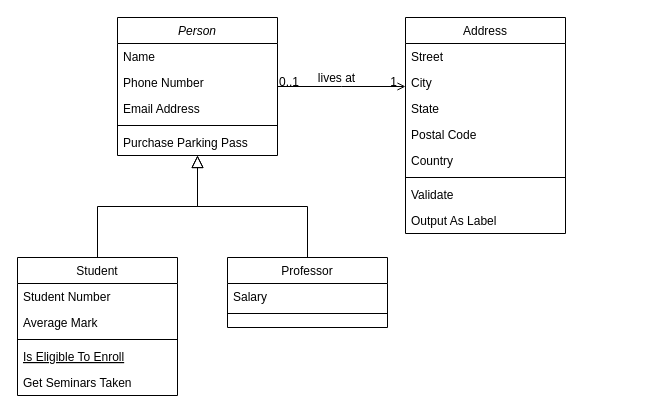
The draw.io diagram Source/U05_Action/제목 없는 다이어그램.drawio in AshYoon/0805UE4project, before the edit. Source tidied: cells renumbered, new cells numbered last; positions are measured from the earlier drawing's top-left corner, leaving out a move shared by most shapes. Both pictures are drawn from the tidied source at 100%, with x=0, y=0 at pixel (17, 17).
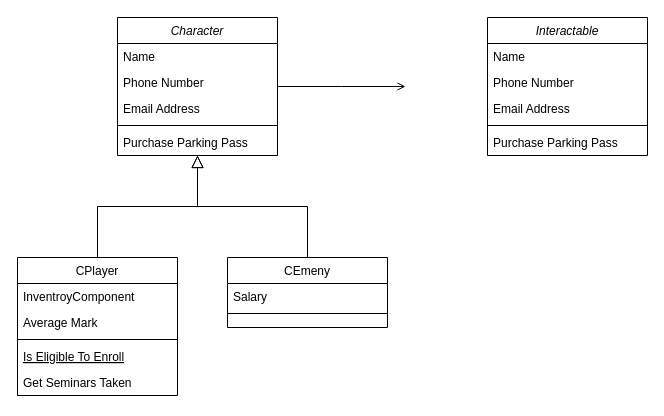
The same diagram, later.

Commit message:
Unreal Engine portfolio

Change to the diagram source:
```diff
@@
-    <mxCell id="2" value="Person" style="swimlane;fontStyle=2;align=center;verticalAlign=top;horizontal=1;startSize=26;rounded=0;shadow=0;strokeWidth=1;" parent="1" vertex="1">
+    <mxCell id="2" value="Character" style="swimlane;fontStyle=2;align=center;verticalAlign=top;horizontal=1;startSize=26;rounded=0;shadow=0;strokeWidth=1;" parent="1" vertex="1">
       <mxGeometry x="100" width="160" height="138" as="geometry" />
     </mxCell>
@@
-    <mxCell id="8" value="Student" style="swimlane;fontStyle=0;align=center;verticalAlign=top;horizontal=1;startSize=26;rounded=0;shadow=0;strokeWidth=1;" parent="1" vertex="1">
+    <mxCell id="8" value="CPlayer" style="swimlane;fontStyle=0;align=center;verticalAlign=top;horizontal=1;startSize=26;rounded=0;shadow=0;strokeWidth=1;" parent="1" vertex="1">
       <mxGeometry y="240" width="160" height="138" as="geometry" />
     </mxCell>
-    <mxCell id="9" value="Student Number" style="text;align=left;verticalAlign=top;spacingLeft=4;spacingRight=4;overflow=hidden;" parent="8" vertex="1">
+    <mxCell id="9" value="InventroyComponent" style="text;align=left;verticalAlign=top;spacingLeft=4;spacingRight=4;overflow=hidden;" parent="8" vertex="1">
       <mxGeometry y="26" width="160" height="26" as="geometry" />
     </mxCell>
@@
-    <mxCell id="15" value="Professor" style="swimlane;fontStyle=0;align=center;verticalAlign=top;horizontal=1;startSize=26;rounded=0;shadow=0;strokeWidth=1;" parent="1" vertex="1">
+    <mxCell id="15" value="CEmeny" style="swimlane;fontStyle=0;align=center;verticalAlign=top;horizontal=1;startSize=26;rounded=0;shadow=0;strokeWidth=1;" parent="1" vertex="1">
       <mxGeometry x="210" y="240" width="160" height="70" as="geometry" />
     </mxCell>
@@
-    <mxCell id="19" value="Address" style="swimlane;fontStyle=0;align=center;verticalAlign=top;horizontal=1;startSize=26;rounded=0;shadow=0;strokeWidth=1;" parent="1" vertex="1">
-      <mxGeometry x="388" width="160" height="216" as="geometry" />
-    </mxCell>
-    <mxCell id="20" value="Street" style="text;align=left;verticalAlign=top;spacingLeft=4;spacingRight=4;overflow=hidden;" parent="19" vertex="1">
-      <mxGeometry y="26" width="160" height="26" as="geometry" />
-    </mxCell>
-    <mxCell id="21" value="City" style="text;align=left;verticalAlign=top;spacingLeft=4;spacingRight=4;overflow=hidden;rounded=0;shadow=0;html=0;" parent="19" vertex="1">
-      <mxGeometry y="52" width="160" height="26" as="geometry" />
-    </mxCell>
-    <mxCell id="22" value="State" style="text;align=left;verticalAlign=top;spacingLeft=4;spacingRight=4;overflow=hidden;rounded=0;shadow=0;html=0;" parent="19" vertex="1">
-      <mxGeometry y="78" width="160" height="26" as="geometry" />
-    </mxCell>
-    <mxCell id="23" value="Postal Code" style="text;align=left;verticalAlign=top;spacingLeft=4;spacingRight=4;overflow=hidden;rounded=0;shadow=0;html=0;" parent="19" vertex="1">
-      <mxGeometry y="104" width="160" height="26" as="geometry" />
-    </mxCell>
-    <mxCell id="24" value="Country" style="text;align=left;verticalAlign=top;spacingLeft=4;spacingRight=4;overflow=hidden;rounded=0;shadow=0;html=0;" parent="19" vertex="1">
-      <mxGeometry y="130" width="160" height="26" as="geometry" />
-    </mxCell>
-    <mxCell id="25" style="line;html=1;strokeWidth=1;align=left;verticalAlign=middle;spacingTop=-1;spacingLeft=3;spacingRight=3;labelPosition=right;" parent="19" vertex="1">
-      <mxGeometry y="156" width="160" height="8" as="geometry" />
-    </mxCell>
-    <mxCell id="26" value="Validate" style="text;align=left;verticalAlign=top;spacingLeft=4;spacingRight=4;overflow=hidden;" parent="19" vertex="1">
-      <mxGeometry y="164" width="160" height="26" as="geometry" />
-    </mxCell>
-    <mxCell id="27" value="Output As Label" style="text;align=left;verticalAlign=top;spacingLeft=4;spacingRight=4;overflow=hidden;" parent="19" vertex="1">
-      <mxGeometry y="190" width="160" height="26" as="geometry" />
-    </mxCell>
-    <mxCell id="28" style="endArrow=open;shadow=0;strokeWidth=1;rounded=0;endFill=1;edgeStyle=elbowEdgeStyle;elbow=vertical;" parent="1" edge="1" source="2" target="19">
+    <mxCell id="28" style="endArrow=open;shadow=0;strokeWidth=1;rounded=0;endFill=1;edgeStyle=elbowEdgeStyle;elbow=vertical;" parent="1" edge="1" source="2">
       <mxGeometry x="0.5" y="41" relative="1" as="geometry">
+        <mxPoint x="388" y="69" as="targetPoint" />
         <mxPoint x="-40" y="32" as="offset" />
       </mxGeometry>
     </mxCell>
-    <mxCell id="29" value="0..1" style="align=left;verticalAlign=bottom;labelBackgroundColor=none;fontSize=12;" parent="28" vertex="1">
-      <mxGeometry x="-1" relative="1" as="geometry">
-        <mxPoint y="4" as="offset" />
-      </mxGeometry>
-    </mxCell>
-    <mxCell id="30" value="1" style="align=right;verticalAlign=bottom;labelBackgroundColor=none;fontSize=12;" parent="28" vertex="1">
-      <mxGeometry x="1" relative="1" as="geometry">
-        <mxPoint x="-7" y="4" as="offset" />
-      </mxGeometry>
-    </mxCell>
-    <mxCell id="31" value="lives at" style="text;html=1;align=center;verticalAlign=middle;labelBackgroundColor=none;rounded=0;shadow=0;strokeWidth=1;fontSize=12;" parent="28" vertex="1">
-      <mxGeometry x="0.5" y="49" relative="1" as="geometry">
-        <mxPoint x="-38" y="40" as="offset" />
-      </mxGeometry>
-    </mxCell>
+    <mxCell id="32" value="Interactable" style="swimlane;fontStyle=2;align=center;verticalAlign=top;horizontal=1;startSize=26;rounded=0;shadow=0;strokeWidth=1;" parent="1" vertex="1">
+      <mxGeometry x="470" width="160" height="138" as="geometry" />
+    </mxCell>
+    <mxCell id="33" value="Name" style="text;align=left;verticalAlign=top;spacingLeft=4;spacingRight=4;overflow=hidden;" parent="32" vertex="1">
+      <mxGeometry y="26" width="160" height="26" as="geometry" />
+    </mxCell>
+    <mxCell id="34" value="Phone Number" style="text;align=left;verticalAlign=top;spacingLeft=4;spacingRight=4;overflow=hidden;rounded=0;shadow=0;html=0;" parent="32" vertex="1">
+      <mxGeometry y="52" width="160" height="26" as="geometry" />
+    </mxCell>
+    <mxCell id="35" value="Email Address" style="text;align=left;verticalAlign=top;spacingLeft=4;spacingRight=4;overflow=hidden;rounded=0;shadow=0;html=0;" parent="32" vertex="1">
+      <mxGeometry y="78" width="160" height="26" as="geometry" />
+    </mxCell>
+    <mxCell id="36" style="line;html=1;strokeWidth=1;align=left;verticalAlign=middle;spacingTop=-1;spacingLeft=3;spacingRight=3;labelPosition=right;" parent="32" vertex="1">
+      <mxGeometry y="104" width="160" height="8" as="geometry" />
+    </mxCell>
+    <mxCell id="37" value="Purchase Parking Pass" style="text;align=left;verticalAlign=top;spacingLeft=4;spacingRight=4;overflow=hidden;" parent="32" vertex="1">
+      <mxGeometry y="112" width="160" height="26" as="geometry" />
+    </mxCell>
```
